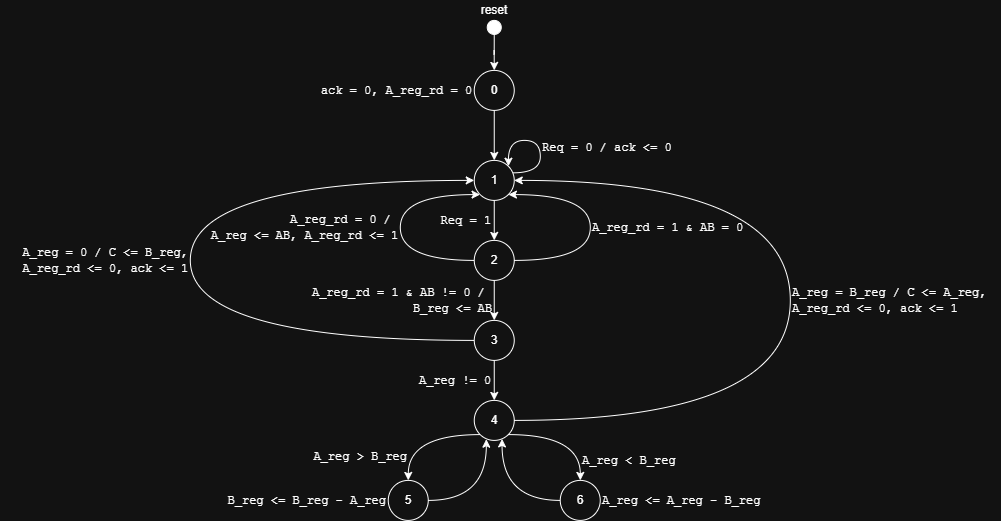
The draw.io diagram assignment_1/State_graph.png in Thommimp/02203_Design_of_Digital_Systems, before a commit. Source tidied: cells renumbered, new cells last; positions are measured from the earlier drawing's top-left corner, leaving out a move shared by most shapes. Source of this version:
```xml
<mxGraphModel>
  <root>
    <mxCell id="0" />
    <mxCell id="1" parent="0" />
    <mxCell id="2" value="&lt;font face=&quot;Courier New&quot;&gt;Req = 1&lt;/font&gt;" style="text;html=1;whiteSpace=wrap;strokeColor=none;fillColor=none;align=right;verticalAlign=middle;rounded=0;" parent="1" vertex="1">
      <mxGeometry x="433" y="200" width="60" height="40" as="geometry" />
    </mxCell>
    <mxCell id="3" value="1" style="strokeWidth=1;html=1;shape=mxgraph.flowchart.start_2;whiteSpace=wrap;" parent="1" vertex="1">
      <mxGeometry x="474" y="160" width="40" height="40" as="geometry" />
    </mxCell>
    <mxCell id="4" style="edgeStyle=orthogonalEdgeStyle;rounded=0;orthogonalLoop=1;jettySize=auto;html=1;exitX=0.964;exitY=0.311;exitDx=0;exitDy=0;exitPerimeter=0;entryX=0.855;entryY=0.145;entryDx=0;entryDy=0;entryPerimeter=0;curved=1;innerLoopWaypoints=1;" parent="1" edge="1" source="3" target="3">
      <mxGeometry relative="1" as="geometry">
        <Array as="points">
          <mxPoint x="540" y="172.4" />
          <mxPoint x="540" y="140" />
          <mxPoint x="508.2" y="140" />
        </Array>
      </mxGeometry>
    </mxCell>
    <mxCell id="5" value="&lt;font face=&quot;Courier New&quot;&gt;Req = 0 / ack &amp;lt;= 0&lt;/font&gt;" style="text;html=1;whiteSpace=wrap;strokeColor=none;fillColor=none;align=left;verticalAlign=middle;rounded=0;" parent="1" vertex="1">
      <mxGeometry x="540" y="140" width="140" height="14" as="geometry" />
    </mxCell>
    <mxCell id="6" value="2" style="strokeWidth=1;html=1;shape=mxgraph.flowchart.start_2;whiteSpace=wrap;" parent="1" vertex="1">
      <mxGeometry x="474" y="240" width="40" height="40" as="geometry" />
    </mxCell>
    <mxCell id="7" style="edgeStyle=orthogonalEdgeStyle;rounded=0;jettySize=auto;html=1;exitX=0.5;exitY=1;exitDx=0;exitDy=0;exitPerimeter=0;entryX=0.5;entryY=0;entryDx=0;entryDy=0;entryPerimeter=0;curved=1;" parent="1" edge="1" source="3" target="6">
      <mxGeometry relative="1" as="geometry" />
    </mxCell>
    <mxCell id="8" style="edgeStyle=orthogonalEdgeStyle;rounded=0;jettySize=auto;html=1;" parent="1" edge="1" source="9" target="3">
      <mxGeometry relative="1" as="geometry" />
    </mxCell>
    <mxCell id="9" value="0" style="strokeWidth=1;html=1;shape=mxgraph.flowchart.start_2;whiteSpace=wrap;" parent="1" vertex="1">
      <mxGeometry x="474" y="70" width="40" height="40" as="geometry" />
    </mxCell>
    <mxCell id="10" value="reset" style="text;html=1;whiteSpace=wrap;strokeColor=none;fillColor=none;align=center;verticalAlign=middle;rounded=0;" parent="1" vertex="1">
      <mxGeometry x="474" width="40" height="20" as="geometry" />
    </mxCell>
    <mxCell id="11" style="ellipse;whiteSpace=wrap;html=1;shapeInside=1;fillColor=light-dark(#FFFFFF,#FFFFFF);" parent="1" vertex="1">
      <mxGeometry x="487" y="20" width="14" height="14" as="geometry" />
    </mxCell>
    <mxCell id="12" style="edgeStyle=orthogonalEdgeStyle;rounded=0;jettySize=auto;html=1;entryX=0.5;entryY=0;entryDx=0;entryDy=0;entryPerimeter=0;" parent="1" edge="1" source="11" target="9">
      <mxGeometry relative="1" as="geometry" />
    </mxCell>
    <mxCell id="13" value="&lt;div style=&quot;&quot;&gt;&lt;span style=&quot;font-family: &amp;quot;Courier New&amp;quot;; background-color: transparent; color: light-dark(rgb(0, 0, 0), rgb(255, 255, 255));&quot;&gt;ack = 0,&amp;nbsp;&lt;/span&gt;&lt;span style=&quot;font-family: &amp;quot;Courier New&amp;quot;; background-color: transparent; color: light-dark(rgb(0, 0, 0), rgb(255, 255, 255));&quot;&gt;A_reg_rd = 0&lt;/span&gt;&lt;/div&gt;" style="text;html=1;whiteSpace=wrap;strokeColor=none;fillColor=none;align=right;verticalAlign=middle;rounded=0;" parent="1" vertex="1">
      <mxGeometry x="320" y="63.8" width="154" height="52.5" as="geometry" />
    </mxCell>
    <mxCell id="14" value="3" style="strokeWidth=1;html=1;shape=mxgraph.flowchart.start_2;whiteSpace=wrap;" parent="1" vertex="1">
      <mxGeometry x="474" y="320" width="40" height="40" as="geometry" />
    </mxCell>
    <mxCell id="15" style="edgeStyle=orthogonalEdgeStyle;rounded=0;jettySize=auto;html=1;entryX=0.5;entryY=0;entryDx=0;entryDy=0;entryPerimeter=0;" parent="1" edge="1" source="6" target="14">
      <mxGeometry relative="1" as="geometry" />
    </mxCell>
    <mxCell id="16" style="edgeStyle=orthogonalEdgeStyle;rounded=0;jettySize=auto;html=1;entryX=0.855;entryY=0.855;entryDx=0;entryDy=0;entryPerimeter=0;curved=1;" parent="1" edge="1" source="6" target="3">
      <mxGeometry relative="1" as="geometry">
        <Array as="points">
          <mxPoint x="590" y="260" />
          <mxPoint x="590" y="194.2" />
        </Array>
      </mxGeometry>
    </mxCell>
    <mxCell id="17" style="edgeStyle=orthogonalEdgeStyle;rounded=0;jettySize=auto;html=1;entryX=0.145;entryY=0.855;entryDx=0;entryDy=0;entryPerimeter=0;curved=1;" parent="1" edge="1" source="6" target="3">
      <mxGeometry relative="1" as="geometry">
        <Array as="points">
          <mxPoint x="400" y="260" />
          <mxPoint x="400" y="194.2" />
        </Array>
      </mxGeometry>
    </mxCell>
    <mxCell id="18" value="&lt;font face=&quot;Courier New&quot;&gt;A_reg_rd = 0 /&amp;nbsp;&lt;/font&gt;&lt;div style=&quot;&quot;&gt;&lt;span style=&quot;font-family: &amp;quot;Courier New&amp;quot;; background-color: transparent; color: light-dark(rgb(0, 0, 0), rgb(255, 255, 255));&quot;&gt;A_reg &amp;lt;= AB, A_reg_rd &amp;lt;= 1&lt;/span&gt;&lt;/div&gt;" style="text;html=1;whiteSpace=wrap;strokeColor=none;fillColor=none;align=right;verticalAlign=middle;rounded=0;" parent="1" vertex="1">
      <mxGeometry x="210" y="210" width="190" height="34" as="geometry" />
    </mxCell>
    <mxCell id="19" value="&lt;font face=&quot;Courier New&quot;&gt;A_reg_rd = 1 &amp;amp; AB = 0&lt;br&gt;&lt;/font&gt;" style="text;html=1;whiteSpace=wrap;strokeColor=none;fillColor=none;align=left;verticalAlign=middle;rounded=0;" parent="1" vertex="1">
      <mxGeometry x="590" y="210" width="190" height="34" as="geometry" />
    </mxCell>
    <mxCell id="20" value="&lt;font face=&quot;Courier New&quot;&gt;A_reg_rd = 1 &amp;amp; AB != 0 /&amp;nbsp;&lt;/font&gt;&lt;div style=&quot;&quot;&gt;&lt;span style=&quot;font-family: &amp;quot;Courier New&amp;quot;; background-color: transparent; color: light-dark(rgb(0, 0, 0), rgb(255, 255, 255));&quot;&gt;B_reg &amp;lt;= AB&lt;/span&gt;&lt;/div&gt;" style="text;html=1;whiteSpace=wrap;strokeColor=none;fillColor=none;align=right;verticalAlign=middle;rounded=0;" parent="1" vertex="1">
      <mxGeometry x="304" y="280" width="190" height="40" as="geometry" />
    </mxCell>
    <mxCell id="21" style="edgeStyle=orthogonalEdgeStyle;rounded=0;jettySize=auto;html=1;entryX=0;entryY=0.5;entryDx=0;entryDy=0;entryPerimeter=0;curved=1;" parent="1" edge="1" source="14" target="3">
      <mxGeometry relative="1" as="geometry">
        <Array as="points">
          <mxPoint x="190" y="340" />
          <mxPoint x="190" y="180" />
        </Array>
      </mxGeometry>
    </mxCell>
    <mxCell id="22" value="&lt;font face=&quot;Courier New&quot;&gt;A_reg = 0 /&amp;nbsp;&lt;/font&gt;&lt;span style=&quot;background-color: transparent; color: light-dark(rgb(0, 0, 0), rgb(255, 255, 255));&quot;&gt;&lt;font face=&quot;Courier New&quot;&gt;C &amp;lt;= B_reg,&lt;/font&gt;&lt;/span&gt;&lt;div&gt;&lt;span style=&quot;background-color: transparent; color: light-dark(rgb(0, 0, 0), rgb(255, 255, 255)); font-family: &amp;quot;Courier New&amp;quot;;&quot;&gt;A_reg_rd &amp;lt;= 0&lt;/span&gt;&lt;span style=&quot;background-color: transparent; color: light-dark(rgb(0, 0, 0), rgb(255, 255, 255)); font-family: &amp;quot;Courier New&amp;quot;;&quot;&gt;, ack &amp;lt;= 1&lt;/span&gt;&lt;/div&gt;" style="text;html=1;whiteSpace=wrap;strokeColor=none;fillColor=none;align=right;verticalAlign=middle;rounded=0;" parent="1" vertex="1">
      <mxGeometry y="243" width="190" height="34" as="geometry" />
    </mxCell>
    <mxCell id="23" style="edgeStyle=orthogonalEdgeStyle;rounded=0;jettySize=auto;html=1;exitX=0.855;exitY=0.855;exitDx=0;exitDy=0;exitPerimeter=0;curved=1;" parent="1" edge="1" source="24" target="28">
      <mxGeometry relative="1" as="geometry" />
    </mxCell>
    <mxCell id="24" value="4" style="strokeWidth=1;html=1;shape=mxgraph.flowchart.start_2;whiteSpace=wrap;" parent="1" vertex="1">
      <mxGeometry x="474" y="400" width="40" height="40" as="geometry" />
    </mxCell>
    <mxCell id="25" style="edgeStyle=orthogonalEdgeStyle;rounded=0;jettySize=auto;html=1;entryX=0.5;entryY=0;entryDx=0;entryDy=0;entryPerimeter=0;" parent="1" edge="1" source="14" target="24">
      <mxGeometry relative="1" as="geometry" />
    </mxCell>
    <mxCell id="26" value="&lt;font face=&quot;Courier New&quot;&gt;A_reg != 0&lt;/font&gt;" style="text;html=1;whiteSpace=wrap;strokeColor=none;fillColor=none;align=right;verticalAlign=middle;rounded=0;" parent="1" vertex="1">
      <mxGeometry x="303" y="360" width="190" height="40" as="geometry" />
    </mxCell>
    <mxCell id="27" value="5" style="strokeWidth=1;html=1;shape=mxgraph.flowchart.start_2;whiteSpace=wrap;" parent="1" vertex="1">
      <mxGeometry x="388" y="480" width="40" height="40" as="geometry" />
    </mxCell>
    <mxCell id="28" value="6" style="strokeWidth=1;html=1;shape=mxgraph.flowchart.start_2;whiteSpace=wrap;" parent="1" vertex="1">
      <mxGeometry x="560" y="480" width="40" height="40" as="geometry" />
    </mxCell>
    <mxCell id="29" style="edgeStyle=orthogonalEdgeStyle;rounded=0;jettySize=auto;html=1;exitX=0.145;exitY=0.855;exitDx=0;exitDy=0;exitPerimeter=0;entryX=0.5;entryY=0;entryDx=0;entryDy=0;entryPerimeter=0;curved=1;" parent="1" edge="1" source="24" target="27">
      <mxGeometry relative="1" as="geometry" />
    </mxCell>
    <mxCell id="30" style="edgeStyle=orthogonalEdgeStyle;rounded=0;jettySize=auto;html=1;exitX=1;exitY=0.5;exitDx=0;exitDy=0;exitPerimeter=0;entryX=1;entryY=0.5;entryDx=0;entryDy=0;entryPerimeter=0;curved=1;" parent="1" edge="1" source="24" target="3">
      <mxGeometry relative="1" as="geometry">
        <Array as="points">
          <mxPoint x="790" y="420" />
          <mxPoint x="790" y="180" />
        </Array>
      </mxGeometry>
    </mxCell>
    <mxCell id="31" value="&lt;font face=&quot;Courier New&quot;&gt;A_reg = B_reg /&amp;nbsp;&lt;/font&gt;&lt;span style=&quot;font-family: &amp;quot;Courier New&amp;quot;; background-color: transparent; color: light-dark(rgb(0, 0, 0), rgb(255, 255, 255));&quot;&gt;C &amp;lt;= A_reg,&lt;/span&gt;&lt;div&gt;&lt;div style=&quot;&quot;&gt;&lt;span style=&quot;background-color: transparent; color: light-dark(rgb(0, 0, 0), rgb(255, 255, 255));&quot;&gt;&lt;font face=&quot;Courier New&quot;&gt;A_reg_rd &amp;lt;= 0,&amp;nbsp;&lt;/font&gt;&lt;/span&gt;&lt;span style=&quot;font-family: &amp;quot;Courier New&amp;quot;; background-color: transparent; color: light-dark(rgb(0, 0, 0), rgb(255, 255, 255));&quot;&gt;ack &amp;lt;= 1&lt;/span&gt;&lt;/div&gt;&lt;/div&gt;" style="text;html=1;whiteSpace=wrap;strokeColor=none;fillColor=none;align=left;verticalAlign=middle;rounded=0;" parent="1" vertex="1">
      <mxGeometry x="790" y="280" width="210" height="40" as="geometry" />
    </mxCell>
    <mxCell id="32" value="&lt;font face=&quot;Courier New&quot;&gt;A_reg &amp;lt; B_reg&lt;/font&gt;" style="text;html=1;whiteSpace=wrap;strokeColor=none;fillColor=none;align=left;verticalAlign=middle;rounded=0;" parent="1" vertex="1">
      <mxGeometry x="580" y="450" width="285" height="20" as="geometry" />
    </mxCell>
    <mxCell id="33" value="&lt;font face=&quot;Courier New&quot;&gt;A_reg &amp;gt; B_reg&lt;/font&gt;" style="text;html=1;whiteSpace=wrap;strokeColor=none;fillColor=none;align=right;verticalAlign=middle;rounded=0;" parent="1" vertex="1">
      <mxGeometry x="124" y="446" width="285" height="20" as="geometry" />
    </mxCell>
    <mxCell id="34" style="edgeStyle=orthogonalEdgeStyle;rounded=0;jettySize=auto;html=1;exitX=1;exitY=0.5;exitDx=0;exitDy=0;exitPerimeter=0;entryX=0.302;entryY=0.97;entryDx=0;entryDy=0;entryPerimeter=0;curved=1;" parent="1" edge="1" source="27" target="24">
      <mxGeometry relative="1" as="geometry" />
    </mxCell>
    <mxCell id="35" style="edgeStyle=orthogonalEdgeStyle;rounded=0;jettySize=auto;html=1;entryX=0.695;entryY=0.963;entryDx=0;entryDy=0;entryPerimeter=0;curved=1;" parent="1" edge="1" source="28" target="24">
      <mxGeometry relative="1" as="geometry" />
    </mxCell>
    <mxCell id="36" value="&lt;font face=&quot;Courier New&quot;&gt;B_reg &amp;lt;= B_reg - A_reg&lt;/font&gt;" style="text;html=1;whiteSpace=wrap;strokeColor=none;fillColor=none;align=right;verticalAlign=middle;rounded=0;" parent="1" vertex="1">
      <mxGeometry x="218" y="485" width="170" height="30" as="geometry" />
    </mxCell>
    <mxCell id="37" value="&lt;span style=&quot;font-family: &amp;quot;Courier New&amp;quot;;&quot;&gt;A_reg &amp;lt;= A_reg - B_reg&lt;/span&gt;" style="text;html=1;whiteSpace=wrap;strokeColor=none;fillColor=none;align=left;verticalAlign=middle;rounded=0;" parent="1" vertex="1">
      <mxGeometry x="600" y="490" width="285" height="20" as="geometry" />
    </mxCell>
  </root>
</mxGraphModel>
```
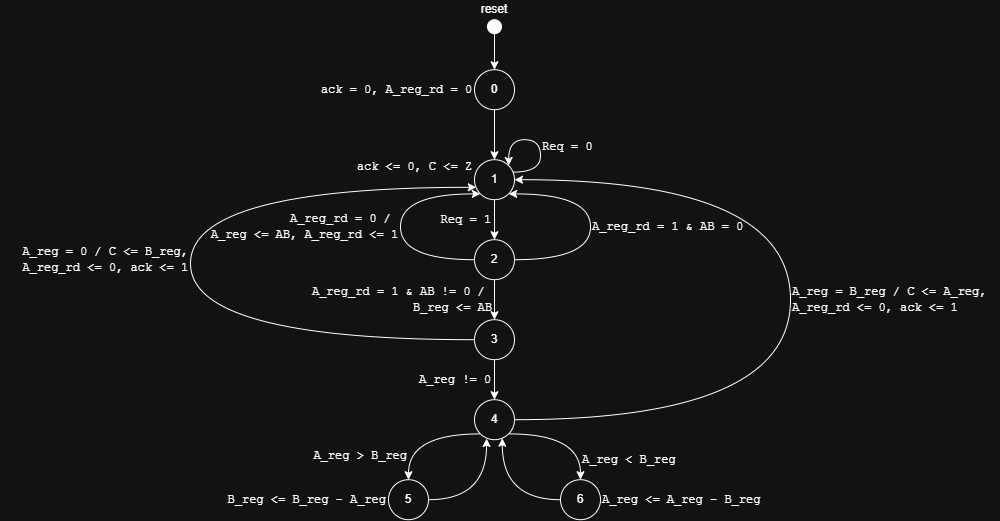
Above is the later version.

Change to the diagram source:
```diff
@@ -17,8 +17,8 @@
         </Array>
       </mxGeometry>
     </mxCell>
-    <mxCell id="5" value="&lt;font face=&quot;Courier New&quot;&gt;Req = 0 / ack &amp;lt;= 0&lt;/font&gt;" style="text;html=1;whiteSpace=wrap;strokeColor=none;fillColor=none;align=left;verticalAlign=middle;rounded=0;" parent="1" vertex="1">
-      <mxGeometry x="540" y="140" width="140" height="14" as="geometry" />
+    <mxCell id="5" value="&lt;font face=&quot;Courier New&quot;&gt;Req = 0&lt;/font&gt;" style="text;html=1;whiteSpace=wrap;strokeColor=none;fillColor=none;align=left;verticalAlign=middle;rounded=0;" parent="1" vertex="1">
+      <mxGeometry x="540" y="140" width="190" height="14" as="geometry" />
     </mxCell>
     <mxCell id="6" value="2" style="strokeWidth=1;html=1;shape=mxgraph.flowchart.start_2;whiteSpace=wrap;" parent="1" vertex="1">
       <mxGeometry x="474" y="240" width="40" height="40" as="geometry" />
@@ -75,11 +75,11 @@
     <mxCell id="20" value="&lt;font face=&quot;Courier New&quot;&gt;A_reg_rd = 1 &amp;amp; AB != 0 /&amp;nbsp;&lt;/font&gt;&lt;div style=&quot;&quot;&gt;&lt;span style=&quot;font-family: &amp;quot;Courier New&amp;quot;; background-color: transparent; color: light-dark(rgb(0, 0, 0), rgb(255, 255, 255));&quot;&gt;B_reg &amp;lt;= AB&lt;/span&gt;&lt;/div&gt;" style="text;html=1;whiteSpace=wrap;strokeColor=none;fillColor=none;align=right;verticalAlign=middle;rounded=0;" parent="1" vertex="1">
       <mxGeometry x="304" y="280" width="190" height="40" as="geometry" />
     </mxCell>
-    <mxCell id="21" style="edgeStyle=orthogonalEdgeStyle;rounded=0;jettySize=auto;html=1;entryX=0;entryY=0.5;entryDx=0;entryDy=0;entryPerimeter=0;curved=1;" parent="1" edge="1" source="14" target="3">
+    <mxCell id="21" style="edgeStyle=orthogonalEdgeStyle;rounded=0;jettySize=auto;html=1;entryX=0.045;entryY=0.69;entryDx=0;entryDy=0;entryPerimeter=0;curved=1;" parent="1" edge="1" source="14" target="3">
       <mxGeometry relative="1" as="geometry">
         <Array as="points">
           <mxPoint x="190" y="340" />
-          <mxPoint x="190" y="180" />
+          <mxPoint x="190" y="187.6" />
         </Array>
       </mxGeometry>
     </mxCell>
@@ -136,5 +136,8 @@
     <mxCell id="37" value="&lt;span style=&quot;font-family: &amp;quot;Courier New&amp;quot;;&quot;&gt;A_reg &amp;lt;= A_reg - B_reg&lt;/span&gt;" style="text;html=1;whiteSpace=wrap;strokeColor=none;fillColor=none;align=left;verticalAlign=middle;rounded=0;" parent="1" vertex="1">
       <mxGeometry x="600" y="490" width="285" height="20" as="geometry" />
     </mxCell>
+    <mxCell id="38" value="&lt;font face=&quot;Courier New&quot;&gt;ack &amp;lt;= 0, C &amp;lt;= Z&lt;/font&gt;" style="text;html=1;whiteSpace=wrap;strokeColor=none;fillColor=none;align=right;verticalAlign=middle;rounded=0;" parent="1" vertex="1">
+      <mxGeometry x="284" y="160" width="190" height="14" as="geometry" />
+    </mxCell>
   </root>
 </mxGraphModel>
```
